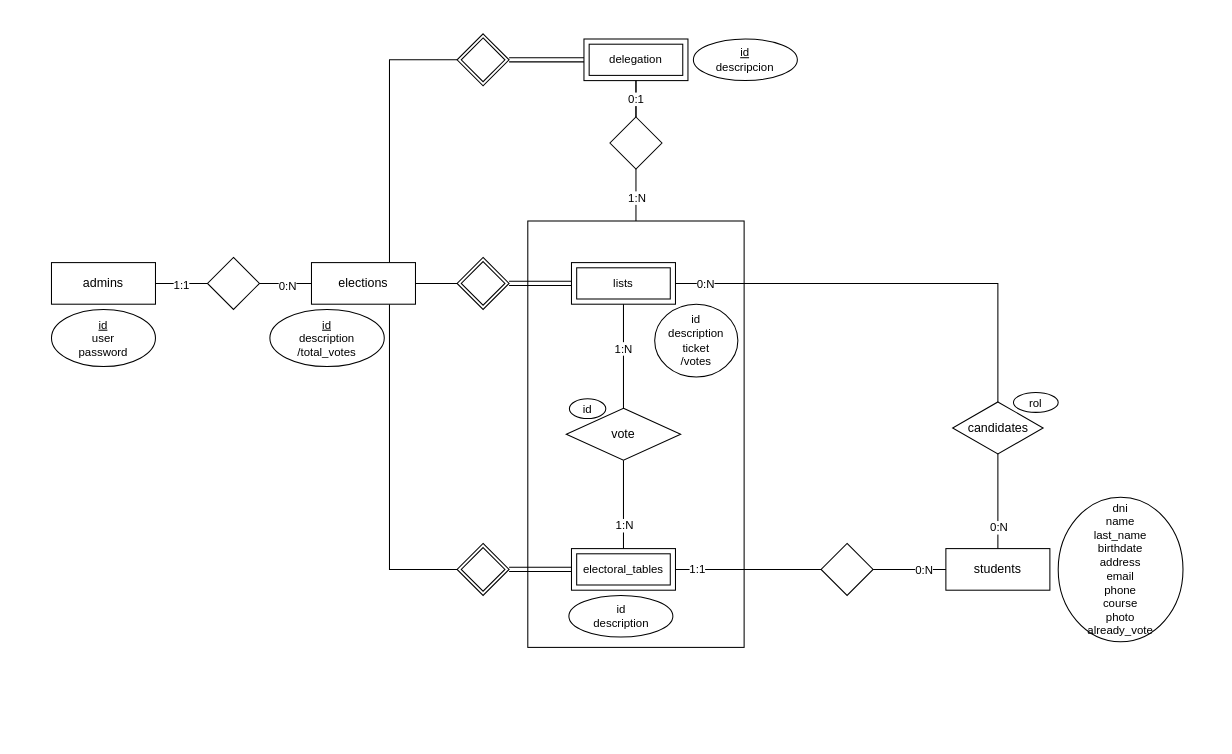
This is vote-app-der.drawio from utnfrrodsw/tp, a draw.io file, before an edit. Source tidied: cells renumbered, new cells numbered last; positions are measured from the earlier drawing's top-left corner, leaving out a move shared by most shapes. Both pictures are drawn from the tidied source at 104%, with x=0, y=0 at pixel (51, 33).
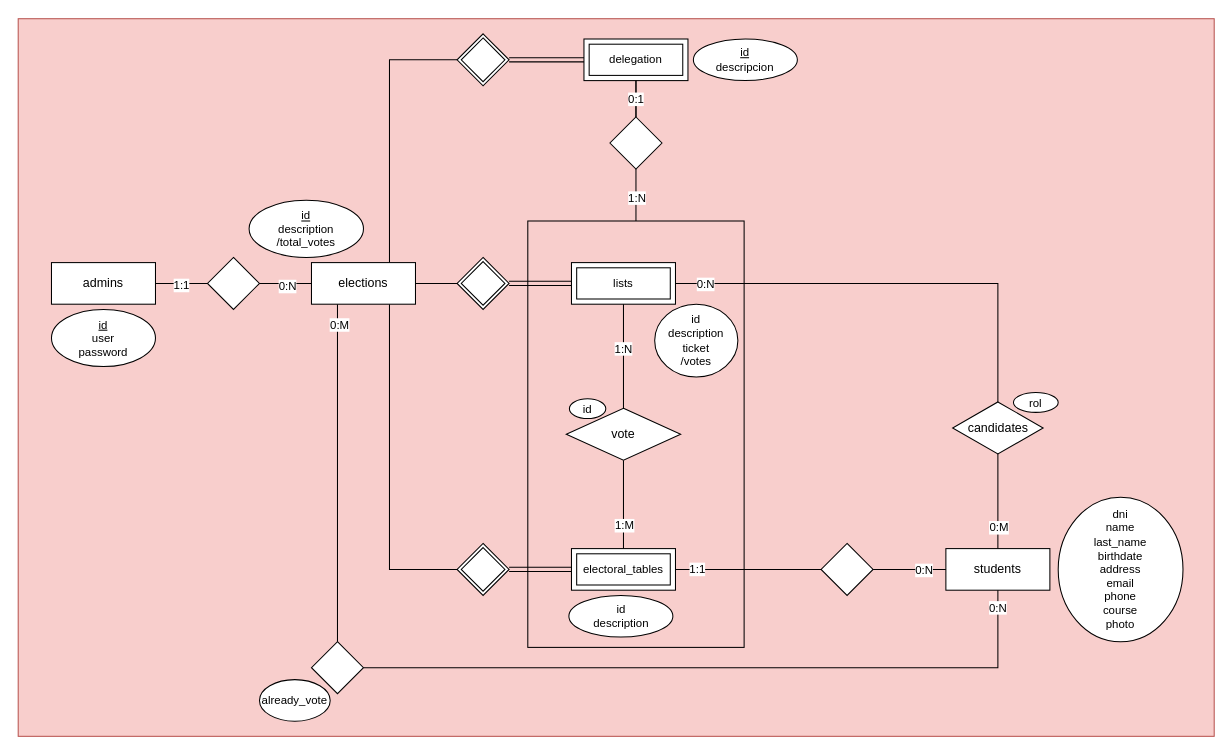
The same diagram, later.

Commit message (it also covers changes not shown here):
Actualizacion DER

The change refers to these unchanged cells:
```xml
<mxCell id="12" value="elections" style="whiteSpace=wrap;html=1;align=center;" parent="1" vertex="1">
  <mxGeometry x="250" y="220" width="100" height="40" as="geometry" />
</mxCell>
<mxCell id="18" value="students" style="whiteSpace=wrap;html=1;align=center;" parent="1" vertex="1">
  <mxGeometry x="860" y="495" width="100" height="40" as="geometry" />
</mxCell>
<mxCell id="27" style="edgeStyle=orthogonalEdgeStyle;shape=connector;rounded=0;jettySize=auto;html=1;exitX=0.5;exitY=1;exitDx=0;exitDy=0;entryX=0.5;entryY=0;entryDx=0;entryDy=0;labelBackgroundColor=default;strokeColor=default;fontFamily=Helvetica;fontSize=11;fontColor=default;endArrow=none;endFill=0;" parent="1" edge="1" source="29" target="18">
  <mxGeometry relative="1" as="geometry" />
</mxCell>
<mxCell id="30" style="edgeStyle=orthogonalEdgeStyle;shape=connector;rounded=0;jettySize=auto;html=1;exitX=0.5;exitY=1;exitDx=0;exitDy=0;entryX=0.5;entryY=0;entryDx=0;entryDy=0;labelBackgroundColor=default;strokeColor=default;fontFamily=Helvetica;fontSize=11;fontColor=default;endArrow=none;endFill=0;" parent="1" edge="1" source="34" target="22">
  <mxGeometry relative="1" as="geometry" />
</mxCell>
```

Diff of the diagram source:
```diff
@@
+    <mxCell id="52" style="rounded=0;whiteSpace=wrap;html=1;fillColor=#f8cecc;strokeColor=#b85450;" parent="1" vertex="1">
+      <mxGeometry x="-32" y="-14.5" width="1150" height="690" as="geometry" />
+    </mxCell>
@@
+    <mxCell id="53" style="edgeStyle=orthogonalEdgeStyle;rounded=0;jettySize=auto;html=1;exitX=0.25;exitY=1;exitDx=0;exitDy=0;entryX=0.5;entryY=0;entryDx=0;entryDy=0;endArrow=none;endFill=0;" parent="1" edge="1" source="12" target="57">
+      <mxGeometry relative="1" as="geometry" />
+    </mxCell>
+    <mxCell id="54" value="0:M" style="edgeLabel;html=1;align=center;verticalAlign=middle;" parent="53" vertex="1">
+      <mxGeometry x="-0.88" y="1" relative="1" as="geometry" />
+    </mxCell>
@@
-    <mxCell id="28" value="0:N" style="edgeLabel;html=1;align=center;verticalAlign=middle;fontSize=11;fontFamily=Helvetica;fontColor=default;" parent="27" vertex="1">
+    <mxCell id="28" value="0:M" style="edgeLabel;html=1;align=center;verticalAlign=middle;fontSize=11;fontFamily=Helvetica;fontColor=default;" parent="27" vertex="1">
       <mxGeometry x="-0.28" relative="1" as="geometry">
         <mxPoint y="37" as="offset" />
       </mxGeometry>
     </mxCell>
@@
-    <mxCell id="31" value="1:N" style="edgeLabel;html=1;align=center;verticalAlign=middle;fontSize=11;fontFamily=Helvetica;fontColor=default;" parent="30" vertex="1">
+    <mxCell id="31" value="1:M" style="edgeLabel;html=1;align=center;verticalAlign=middle;fontSize=11;fontFamily=Helvetica;fontColor=default;" parent="30" vertex="1">
       <mxGeometry x="0.47" relative="1" as="geometry" />
     </mxCell>
@@
     <mxCell id="36" value="&lt;u&gt;id&lt;/u&gt;&lt;br&gt;description&lt;br&gt;/total_votes" style="ellipse;whiteSpace=wrap;html=1;align=center;fontFamily=Helvetica;fontSize=11;fontColor=default;" parent="1" vertex="1">
-      <mxGeometry x="210" y="265" width="110" height="55" as="geometry" />
+      <mxGeometry x="190" y="160" width="110" height="55" as="geometry" />
     </mxCell>
@@
-    <mxCell id="48" value="dni&lt;br&gt;name&lt;br&gt;last_name&lt;br&gt;birthdate&lt;br&gt;address&lt;br&gt;email&lt;br&gt;phone&lt;br&gt;course&lt;br&gt;photo&lt;br&gt;already_vote" style="ellipse;whiteSpace=wrap;html=1;align=center;fontFamily=Helvetica;fontSize=11;fontColor=default;" parent="1" vertex="1">
+    <mxCell id="48" value="dni&lt;br&gt;name&lt;br&gt;last_name&lt;br&gt;birthdate&lt;br&gt;address&lt;br&gt;email&lt;br&gt;phone&lt;br&gt;course&lt;br&gt;photo" style="ellipse;whiteSpace=wrap;html=1;align=center;fontFamily=Helvetica;fontSize=11;fontColor=default;" parent="1" vertex="1">
       <mxGeometry x="968" y="445.6" width="120" height="139" as="geometry" />
     </mxCell>
@@
+    <mxCell id="55" style="edgeStyle=orthogonalEdgeStyle;rounded=0;jettySize=auto;html=1;exitX=1;exitY=0.5;exitDx=0;exitDy=0;endArrow=none;endFill=0;" parent="1" edge="1" source="57" target="18">
+      <mxGeometry relative="1" as="geometry" />
+    </mxCell>
+    <mxCell id="56" value="0:N" style="edgeLabel;html=1;align=center;verticalAlign=middle;" parent="55" vertex="1">
+      <mxGeometry x="0.95" y="1" relative="1" as="geometry">
+        <mxPoint y="-1" as="offset" />
+      </mxGeometry>
+    </mxCell>
+    <mxCell id="57" style="shape=rhombus;perimeter=rhombusPerimeter;whiteSpace=wrap;html=1;align=center;" parent="1" vertex="1">
+      <mxGeometry x="250" y="584.5" width="50" height="50" as="geometry" />
+    </mxCell>
+    <mxCell id="58" value="already_vote" style="ellipse;whiteSpace=wrap;html=1;align=center;fontFamily=Helvetica;fontSize=11;fontColor=default;" parent="1" vertex="1">
+      <mxGeometry x="200" y="621" width="68" height="40" as="geometry" />
+    </mxCell>
```
